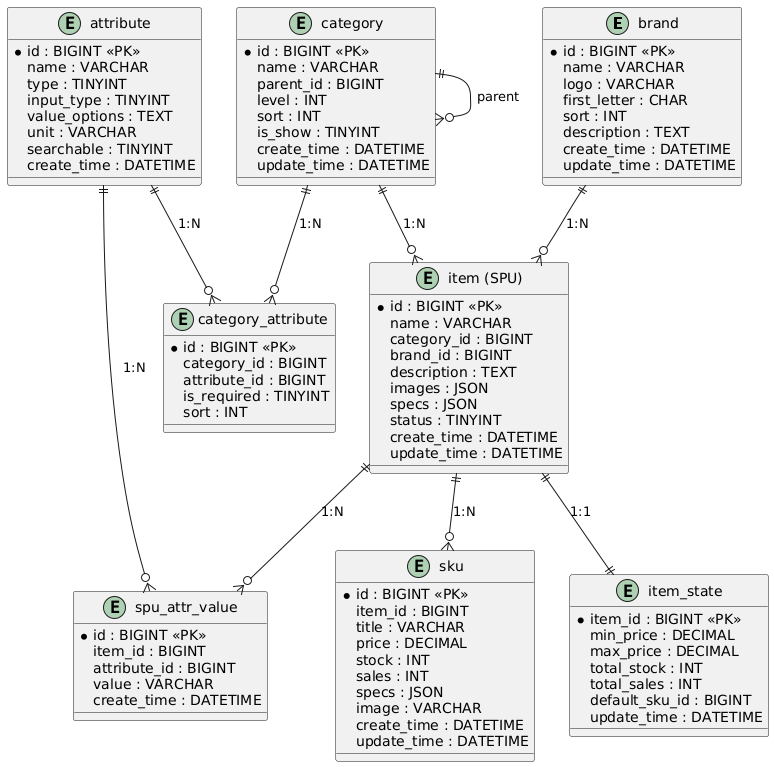
Before: images/product_ER.png, a diagram exported from PlantUML (wxquare/wxquare.github.io). The source it was exported from:
```plantuml
@startuml
entity "brand" as Brand {
  *id : BIGINT <<PK>>
  name : VARCHAR
  logo : VARCHAR
  first_letter : CHAR
  sort : INT
  description : TEXT
  create_time : DATETIME
  update_time : DATETIME
}

entity "category" as Category {
  *id : BIGINT <<PK>>
  name : VARCHAR
  parent_id : BIGINT
  level : INT
  sort : INT
  is_show : TINYINT
  create_time : DATETIME
  update_time : DATETIME
}

entity "attribute" as Attribute {
  *id : BIGINT <<PK>>
  name : VARCHAR
  type : TINYINT
  input_type : TINYINT
  value_options : TEXT
  unit : VARCHAR
  searchable : TINYINT
  create_time : DATETIME
}

entity "category_attribute" as CategoryAttribute {
  *id : BIGINT <<PK>>
  category_id : BIGINT
  attribute_id : BIGINT
  is_required : TINYINT
  sort : INT
}

entity "item (SPU)" as Item {
  *id : BIGINT <<PK>>
  name : VARCHAR
  category_id : BIGINT
  brand_id : BIGINT
  description : TEXT
  images : JSON
  specs : JSON
  status : TINYINT
  create_time : DATETIME
  update_time : DATETIME
}

entity "sku" as SKU {
  *id : BIGINT <<PK>>
  item_id : BIGINT
  title : VARCHAR
  price : DECIMAL
  stock : INT
  sales : INT
  specs : JSON
  image : VARCHAR
  create_time : DATETIME
  update_time : DATETIME
}

entity "item_state" as ItemState {
  *item_id : BIGINT <<PK>>
  min_price : DECIMAL
  max_price : DECIMAL
  total_stock : INT
  total_sales : INT
  default_sku_id : BIGINT
  update_time : DATETIME
}

entity "spu_attr_value" as SPUAttrValue {
  *id : BIGINT <<PK>>
  item_id : BIGINT
  attribute_id : BIGINT
  value : VARCHAR
  create_time : DATETIME
}

Brand ||--o{ Item : "1:N"
Category ||--o{ Item : "1:N"
Category ||--o{ Category : "parent"
Category ||--o{ CategoryAttribute : "1:N"
Attribute ||--o{ CategoryAttribute : "1:N"
Item ||--o{ SKU : "1:N"
Item ||--|| ItemState : "1:1"
Item ||--o{ SPUAttrValue : "1:N"
Attribute ||--o{ SPUAttrValue : "1:N"
@enduml
```
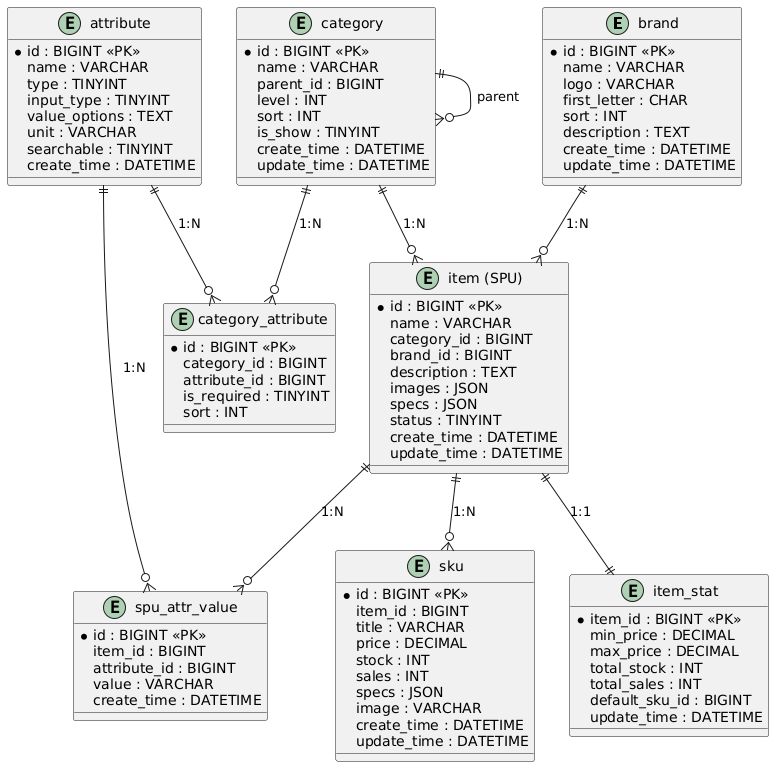
After the commit.

What changed in the source:
```diff
@@ -66,7 +66,7 @@
   update_time : DATETIME
 }
 
-entity "item_state" as ItemState {
+entity "item_stat" as ItemStat {
   *item_id : BIGINT <<PK>>
   min_price : DECIMAL
   max_price : DECIMAL
@@ -90,7 +90,7 @@
 Category ||--o{ CategoryAttribute : "1:N"
 Attribute ||--o{ CategoryAttribute : "1:N"
 Item ||--o{ SKU : "1:N"
-Item ||--|| ItemState : "1:1"
+Item ||--|| ItemStat : "1:1"
 Item ||--o{ SPUAttrValue : "1:N"
 Attribute ||--o{ SPUAttrValue : "1:N"
 @enduml
```
